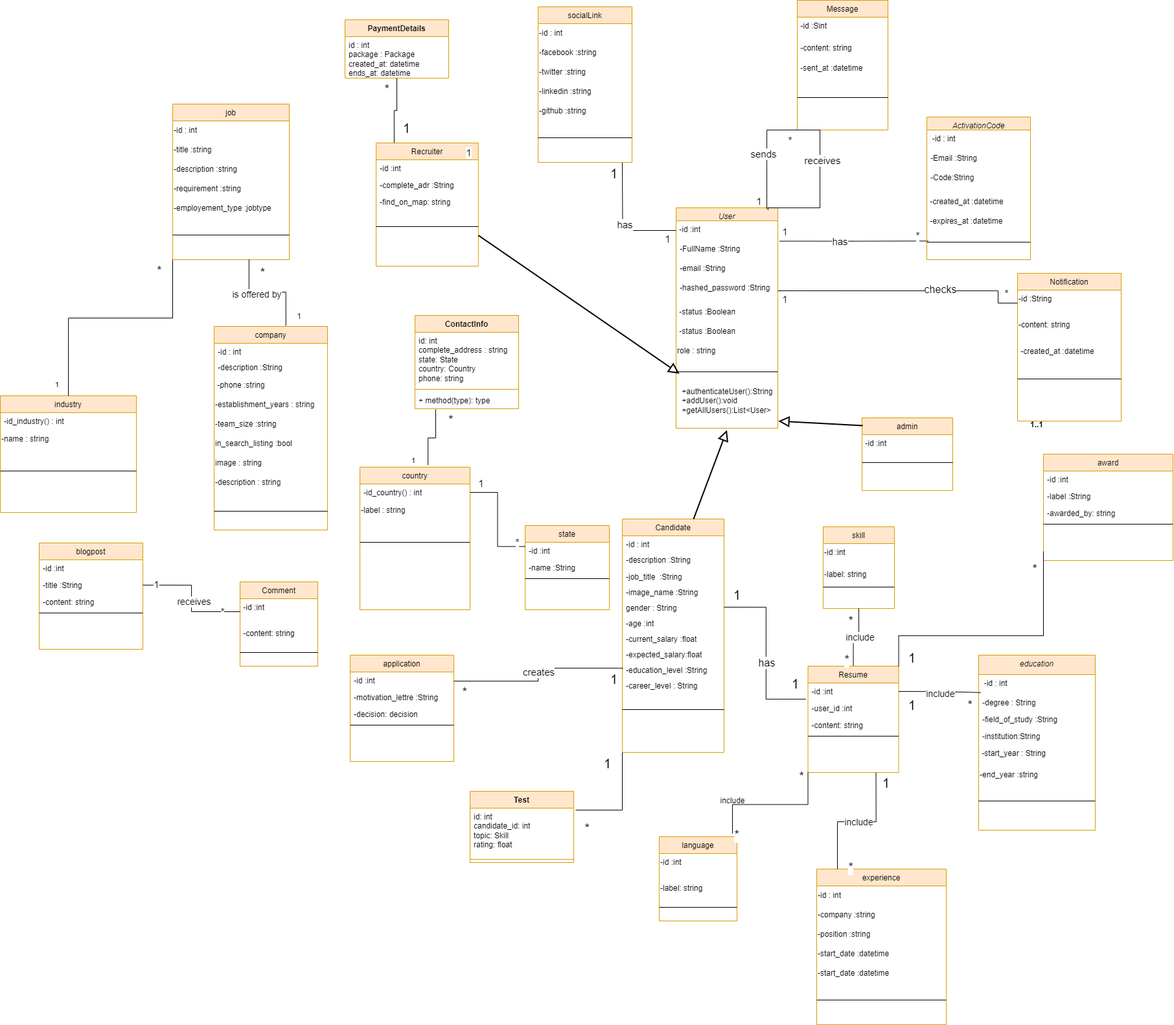
Earlier version of the draw.io export class diagram.drawio.png (chirine1/-project). Source tidied: cells renumbered, new cells last; positions are measured from the earlier drawing's top-left corner, leaving out a move shared by most shapes.
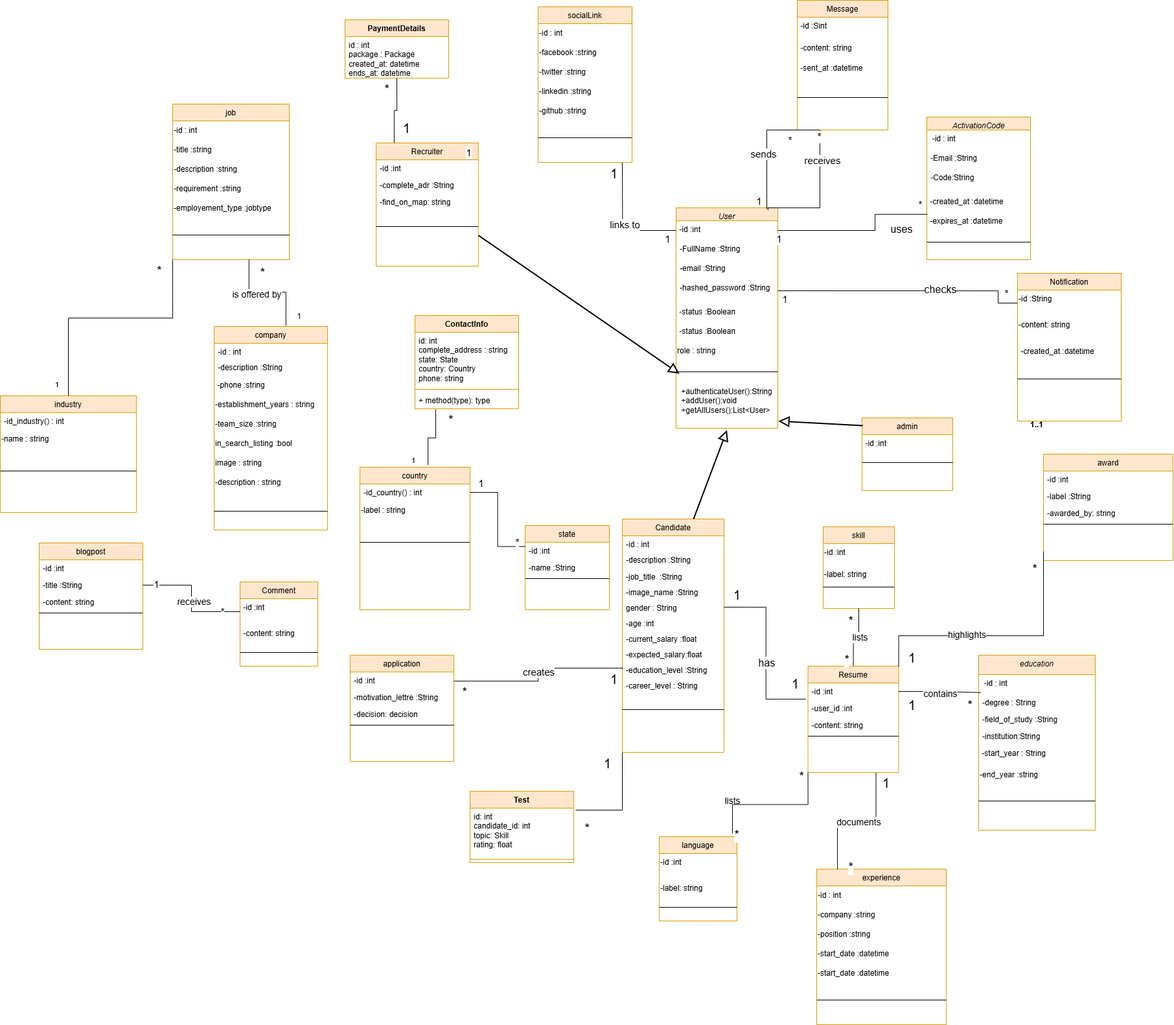
Later version of the same file.

Commit message:
Mettre à jour class diagram.drawio.png

Change to the diagram source:
```diff
@@ -2,24 +2,6 @@
   <root>
     <mxCell id="0" />
     <mxCell id="1" parent="0" />
-    <mxCell id="2" style="edgeStyle=orthogonalEdgeStyle;rounded=0;jettySize=auto;html=1;exitX=1.018;exitY=0.049;exitDx=0;exitDy=0;entryX=0.013;entryY=0.449;entryDx=0;entryDy=0;exitPerimeter=0;endArrow=none;endFill=0;entryPerimeter=0;" parent="1" edge="1" source="10" target="79">
-      <mxGeometry relative="1" as="geometry" />
-    </mxCell>
-    <mxCell id="3" value="&lt;font style=&quot;font-size: 15px;&quot;&gt;1&lt;/font&gt;" style="edgeLabel;html=1;align=center;verticalAlign=middle;" parent="2" vertex="1">
-      <mxGeometry x="-0.82" y="3" relative="1" as="geometry">
-        <mxPoint x="-13" y="-12" as="offset" />
-      </mxGeometry>
-    </mxCell>
-    <mxCell id="4" value="&lt;font style=&quot;font-size: 15px;&quot;&gt;*&lt;/font&gt;" style="edgeLabel;html=1;align=center;verticalAlign=middle;" parent="2" vertex="1">
-      <mxGeometry x="0.85" y="2" relative="1" as="geometry">
-        <mxPoint y="-7" as="offset" />
-      </mxGeometry>
-    </mxCell>
-    <mxCell id="5" value="&lt;font style=&quot;font-size: 15px;&quot;&gt;has&lt;/font&gt;" style="edgeLabel;html=1;align=center;verticalAlign=middle;" parent="2" vertex="1">
-      <mxGeometry x="-0.18" relative="1" as="geometry">
-        <mxPoint x="-2" as="offset" />
-      </mxGeometry>
-    </mxCell>
     <mxCell id="6" value="User" style="swimlane;fontStyle=2;align=center;verticalAlign=top;horizontal=1;startSize=20;rounded=0;shadow=0;strokeWidth=1;fillColor=#ffe6cc;strokeColor=#d79b00;" parent="1" vertex="1">
       <mxGeometry x="1043" y="320" width="157" height="340" as="geometry" />
     </mxCell>
@@ -28,7 +10,7 @@
         <mxPoint x="-83" y="-70" as="targetPoint" />
       </mxGeometry>
     </mxCell>
-    <mxCell id="8" value="&lt;font style=&quot;font-size: 15px;&quot;&gt;has&lt;/font&gt;" style="edgeLabel;html=1;align=center;verticalAlign=middle;" parent="7" vertex="1">
+    <mxCell id="8" value="&lt;font style=&quot;font-size: 15px;&quot;&gt;links to&lt;/font&gt;" style="edgeLabel;html=1;align=center;verticalAlign=middle;" parent="7" vertex="1">
       <mxGeometry x="-0.01" y="-2" relative="1" as="geometry">
         <mxPoint x="1" as="offset" />
       </mxGeometry>
@@ -487,7 +469,7 @@
         </Array>
       </mxGeometry>
     </mxCell>
-    <mxCell id="149" value="&lt;font style=&quot;font-size: 14px;&quot;&gt;include&lt;/font&gt;" style="edgeLabel;html=1;align=center;verticalAlign=middle;" parent="148" vertex="1">
+    <mxCell id="149" value="&lt;font style=&quot;font-size: 14px;&quot;&gt;documents&lt;/font&gt;" style="edgeLabel;html=1;align=center;verticalAlign=middle;" parent="148" vertex="1">
       <mxGeometry y="1" relative="1" as="geometry">
         <mxPoint y="-1" as="offset" />
       </mxGeometry>
@@ -495,7 +477,7 @@
     <mxCell id="150" style="edgeStyle=orthogonalEdgeStyle;rounded=0;jettySize=auto;html=1;entryX=0.5;entryY=1;entryDx=0;entryDy=0;endArrow=none;endFill=0;exitX=0.5;exitY=0;exitDx=0;exitDy=0;" parent="1" edge="1" source="152" target="112">
       <mxGeometry relative="1" as="geometry" />
     </mxCell>
-    <mxCell id="151" value="&lt;font style=&quot;font-size: 14px;&quot;&gt;include&lt;/font&gt;" style="edgeLabel;html=1;align=center;verticalAlign=middle;" parent="150" vertex="1">
+    <mxCell id="151" value="&lt;font style=&quot;font-size: 14px;&quot;&gt;lists&lt;/font&gt;" style="edgeLabel;html=1;align=center;verticalAlign=middle;" parent="150" vertex="1">
       <mxGeometry x="0.08" y="-1" relative="1" as="geometry">
         <mxPoint y="-1" as="offset" />
       </mxGeometry>
@@ -533,7 +515,7 @@
     <mxCell id="162" style="edgeStyle=orthogonalEdgeStyle;rounded=0;jettySize=auto;html=1;exitX=1;exitY=0.5;exitDx=0;exitDy=0;entryX=0.018;entryY=-0.088;entryDx=0;entryDy=0;entryPerimeter=0;endArrow=none;endFill=0;" parent="1" edge="1" source="153" target="36">
       <mxGeometry relative="1" as="geometry" />
     </mxCell>
-    <mxCell id="163" value="&lt;font style=&quot;font-size: 14px;&quot;&gt;include&lt;/font&gt;" style="edgeLabel;html=1;align=center;verticalAlign=middle;" parent="162" vertex="1">
+    <mxCell id="163" value="&lt;font style=&quot;font-size: 14px;&quot;&gt;contains&lt;/font&gt;" style="edgeLabel;html=1;align=center;verticalAlign=middle;" parent="162" vertex="1">
       <mxGeometry x="0.02" y="-1" relative="1" as="geometry" />
     </mxCell>
     <mxCell id="164" style="edgeStyle=orthogonalEdgeStyle;rounded=0;jettySize=auto;html=1;exitX=0;exitY=0.5;exitDx=0;exitDy=0;endArrow=none;endFill=0;" parent="1" edge="1" source="27">
@@ -566,6 +548,9 @@
         <mxPoint y="-1" as="offset" />
       </mxGeometry>
     </mxCell>
+    <mxCell id="215" value="&lt;font style=&quot;font-size: 16px;&quot;&gt;*&lt;/font&gt;" style="edgeLabel;html=1;align=center;verticalAlign=middle;" parent="166" vertex="1">
+      <mxGeometry x="-0.62" y="-2" relative="1" as="geometry" />
+    </mxCell>
     <mxCell id="168" style="edgeStyle=orthogonalEdgeStyle;rounded=0;jettySize=auto;html=1;exitX=0.75;exitY=1;exitDx=0;exitDy=0;entryX=0.633;entryY=-0.004;entryDx=0;entryDy=0;endArrow=none;endFill=0;entryPerimeter=0;" parent="1" edge="1" target="42">
       <mxGeometry relative="1" as="geometry">
         <mxPoint x="383.8" y="400" as="sourcePoint" />
@@ -581,8 +566,8 @@
     <mxCell id="170" style="endArrow=none;html=1;edgeStyle=orthogonalEdgeStyle;rounded=0;entryX=0.942;entryY=-0.038;entryDx=0;entryDy=0;entryPerimeter=0;exitX=0;exitY=1;exitDx=0;exitDy=0;" parent="1" edge="1" source="152" target="108">
       <mxGeometry relative="1" as="geometry" />
     </mxCell>
-    <mxCell id="171" value="&lt;div&gt;include&lt;/div&gt;" style="text;html=1;align=center;verticalAlign=middle;strokeColor=none;fillColor=none;" parent="1" vertex="1">
-      <mxGeometry x="1100" y="1220" width="60" height="30" as="geometry" />
+    <mxCell id="171" value="&lt;div&gt;&lt;font style=&quot;font-size: 14px;&quot;&gt;lists&lt;/font&gt;&lt;/div&gt;" style="text;html=1;align=center;verticalAlign=middle;strokeColor=none;fillColor=none;" parent="1" vertex="1">
+      <mxGeometry x="1105" y="1220" width="50" height="30" as="geometry" />
     </mxCell>
     <mxCell id="172" style="endArrow=none;html=1;edgeStyle=orthogonalEdgeStyle;rounded=0;exitX=1;exitY=0;exitDx=0;exitDy=0;" parent="1" edge="1" source="152">
       <mxGeometry relative="1" as="geometry">
@@ -603,6 +588,11 @@
         <mxPoint x="-10" y="40" as="offset" />
       </mxGeometry>
     </mxCell>
+    <mxCell id="216" value="&lt;font style=&quot;font-size: 14px;&quot;&gt;highlights&lt;/font&gt;" style="edgeLabel;html=1;align=center;verticalAlign=middle;" parent="172" vertex="1">
+      <mxGeometry x="-0.24" y="2" relative="1" as="geometry">
+        <mxPoint x="-1" as="offset" />
+      </mxGeometry>
+    </mxCell>
     <mxCell id="175" style="endArrow=none;html=1;edgeStyle=orthogonalEdgeStyle;rounded=0;exitX=0;exitY=1;exitDx=0;exitDy=0;entryX=0.5;entryY=0;entryDx=0;entryDy=0;" parent="1" edge="1" source="101" target="97">
       <mxGeometry relative="1" as="geometry">
         <Array as="points">
@@ -748,5 +738,30 @@
     <mxCell id="214" value="&lt;font style=&quot;font-size: 20px;&quot;&gt;1&lt;/font&gt;" style="edgeLabel;html=1;align=left;verticalAlign=bottom;" parent="1" vertex="1">
       <mxGeometry x="940" y="280" as="geometry" />
     </mxCell>
+    <mxCell id="217" style="edgeStyle=orthogonalEdgeStyle;rounded=0;jettySize=auto;html=1;exitX=1;exitY=0.5;exitDx=0;exitDy=0;endArrow=none;endFill=0;" parent="1" edge="1" source="9">
+      <mxGeometry relative="1" as="geometry">
+        <mxPoint x="1431" y="330" as="targetPoint" />
+        <Array as="points">
+          <mxPoint x="1350" y="355" />
+          <mxPoint x="1350" y="330" />
+          <mxPoint x="1431" y="330" />
+        </Array>
+      </mxGeometry>
+    </mxCell>
+    <mxCell id="3" value="&lt;font style=&quot;font-size: 15px;&quot;&gt;1&lt;/font&gt;" style="edgeLabel;html=1;align=center;verticalAlign=middle;" parent="217" vertex="1">
+      <mxGeometry x="-0.87" relative="1" as="geometry">
+        <mxPoint x="-15" y="12" as="offset" />
+      </mxGeometry>
+    </mxCell>
+    <mxCell id="4" value="&lt;font style=&quot;font-size: 15px;&quot;&gt;*&lt;/font&gt;" style="edgeLabel;html=1;align=center;verticalAlign=middle;" parent="217" vertex="1">
+      <mxGeometry x="0.91" y="2" relative="1" as="geometry">
+        <mxPoint y="-14" as="offset" />
+      </mxGeometry>
+    </mxCell>
+    <mxCell id="218" value="&lt;font style=&quot;font-size: 16px;&quot;&gt;uses&lt;/font&gt;" style="edgeLabel;html=1;align=center;verticalAlign=middle;" parent="217" vertex="1">
+      <mxGeometry x="-0.09" y="3" relative="1" as="geometry">
+        <mxPoint x="74" as="offset" />
+      </mxGeometry>
+    </mxCell>
   </root>
 </mxGraphModel>
```
